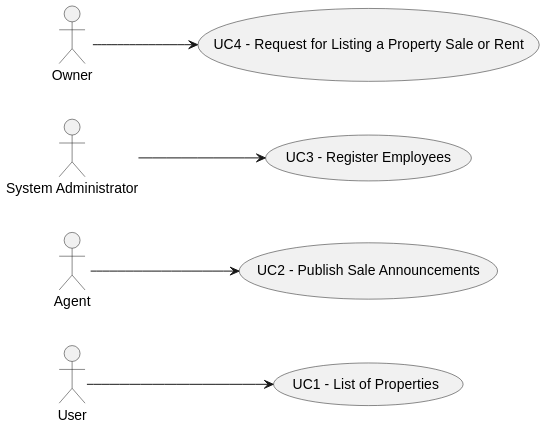
This is docs/sprintA/global-artifacts/01.requirements-engineering/svg/use-case-diagram.svg from PEDROMOREIRA45/lei-23-s2-1dg-g31, a PlantUML export, as it was before one commit. The source it was exported from:
```plantuml
@startuml
skinparam packageStyle rectangle

skinparam rectangle{
    BorderColor yellow
}


left to right direction

usecase "UC1 - List of Properties" as UC1
User --> UC1
usecase "UC2 - Publish Sale Announcements" as UC2
Agent --> UC2
usecase "UC3 - Register Employees" as UC3
"System Administrator" --> UC3
usecase "UC4 - Request for Listing a Property Sale or Rent" as UC4
Owner-->UC4
@enduml
```
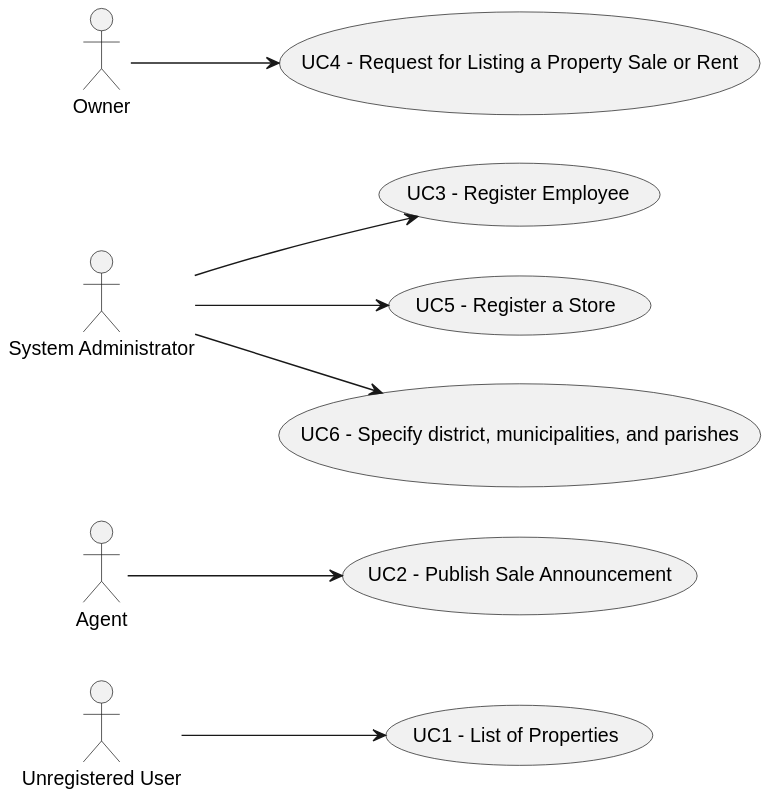
The same diagram one commit later.

Commit message:
saved use case diagram

Change to the diagram source:
```diff
@@ -9,11 +9,15 @@
 left to right direction
 
 usecase "UC1 - List of Properties" as UC1
-User --> UC1
-usecase "UC2 - Publish Sale Announcements" as UC2
+"Unregistered User" --> UC1
+usecase "UC2 - Publish Sale Announcement" as UC2
 Agent --> UC2
-usecase "UC3 - Register Employees" as UC3
+usecase "UC3 - Register Employee" as UC3
 "System Administrator" --> UC3
 usecase "UC4 - Request for Listing a Property Sale or Rent" as UC4
 Owner-->UC4
+usecase "UC5 - Register a Store" as UC5
+"System Administrator" --> UC5
+usecase "UC6 - Specify district, municipalities, and parishes" as UC6
+"System Administrator" --> UC6
 @enduml
```
